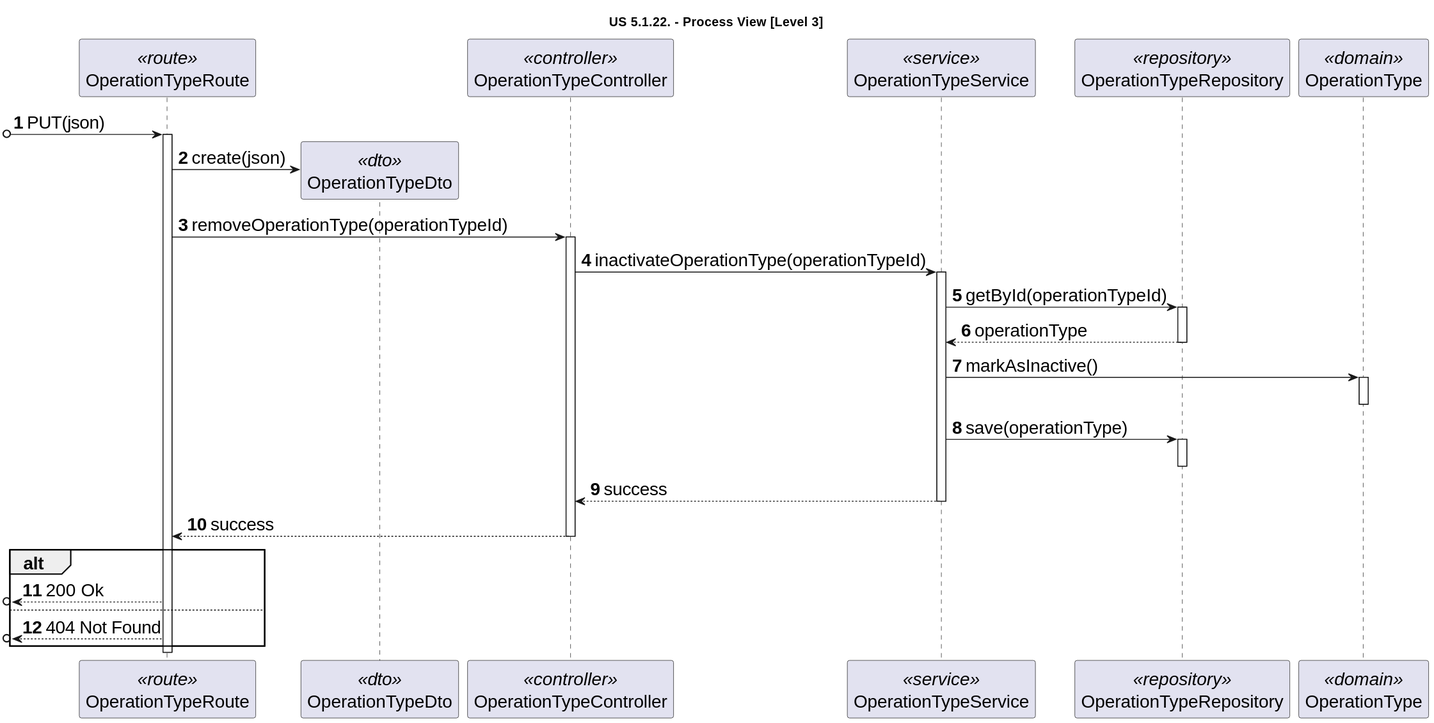
Before: docs/sprint-1/1220841/us-5.1.22/diagrams/level-3-process-view.svg, a diagram exported from PlantUML (rita-barbosa/LAPR5-2425). Source of this version:
```plantuml
@startuml
skinparamlocked defaultFontSize 20

title "US 5.1.22. - Process View [Level 3]"

autonumber
participant "OperationTypeRoute" as ROUTE <<route>>
participant "OperationTypeDto" as pat_dto <<dto>>
participant "OperationTypeController" as CTRL <<controller>>
participant "OperationTypeService" as SVC <<service>>
participant "OperationTypeRepository" as REPO <<repository>>
participant "OperationType" as OT <<domain>>


[o-> ROUTE: PUT(json)
activate ROUTE

ROUTE -> pat_dto **: create(json)

ROUTE -> CTRL: removeOperationType(operationTypeId)
activate CTRL

CTRL -> SVC: inactivateOperationType(operationTypeId)
activate SVC

SVC -> REPO : getById(operationTypeId)
activate REPO
REPO --> SVC : operationType
deactivate REPO

SVC -> OT: markAsInactive()
activate OT
deactivate OT

SVC -> REPO : save(operationType)
activate REPO
deactivate REPO


SVC --> CTRL: success
deactivate SVC
CTRL --> ROUTE: success
deactivate CTRL

alt

[o<-- ROUTE: 200 Ok

else

[o<-- ROUTE: 404 Not Found

end alt

deactivate ROUTE
@enduml
```
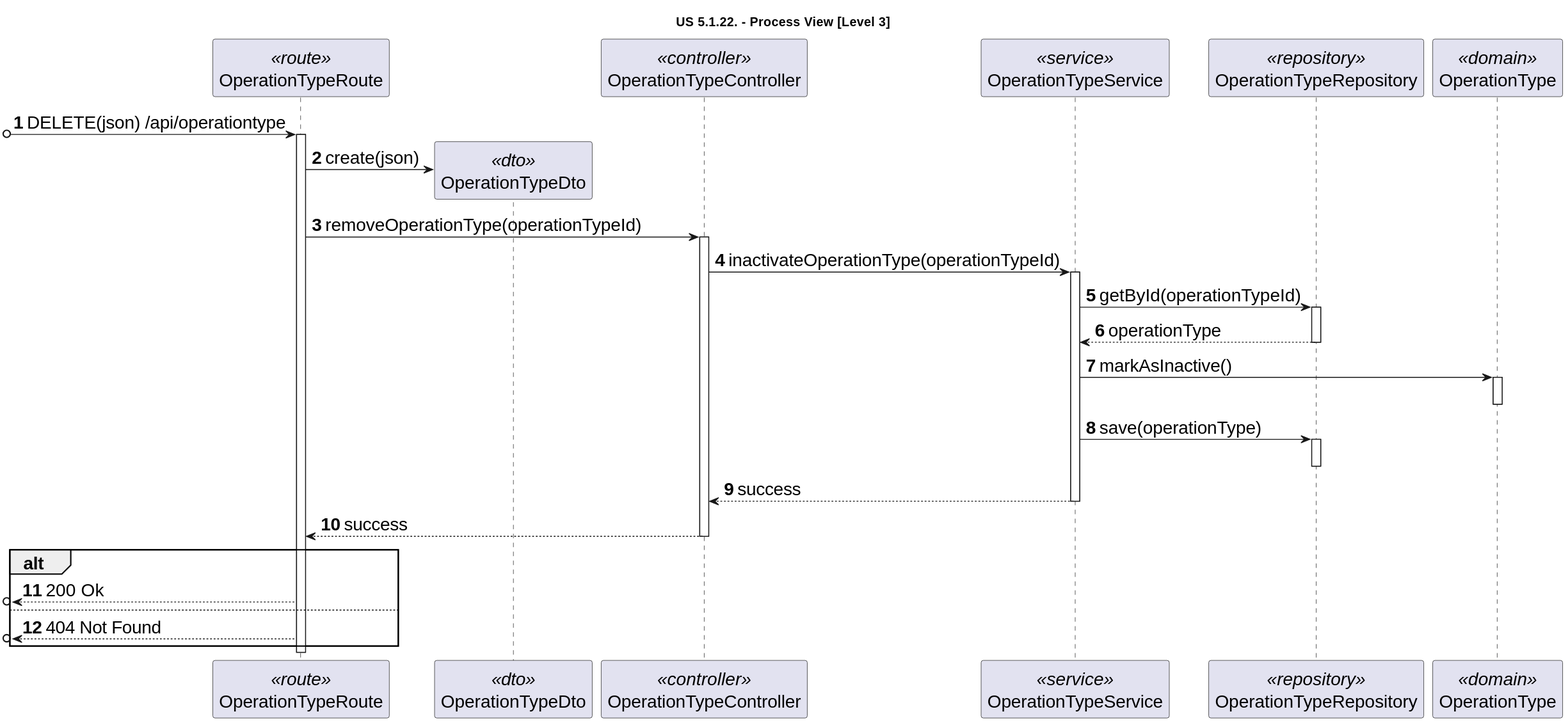
After the commit.

Commit message:
DG38-185 | docs: updates diagrams to reflect route change.

The edit, as a diff of the source:
```diff
@@ -12,7 +12,7 @@
 participant "OperationType" as OT <<domain>>
 
 
-[o-> ROUTE: PUT(json)
+[o-> ROUTE: DELETE(json) /api/operationtype
 activate ROUTE
 
 ROUTE -> pat_dto **: create(json)
```
